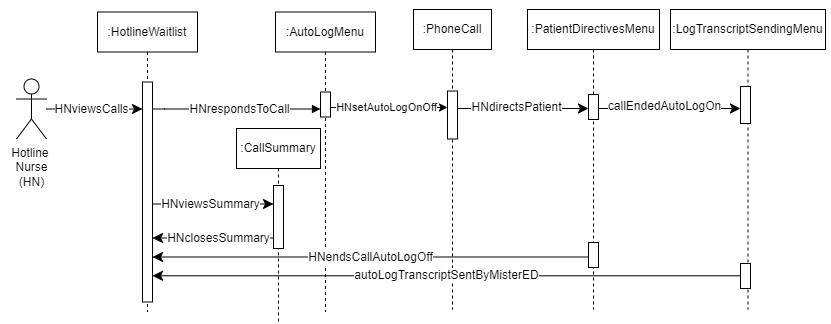
Above: AmirWork/M2/Nurse_Hotline_SequenceDiagram.drawio.png in SENG-350-2024-fall/Team9 (draw.io), before the change. Source tidied: cells renumbered, new cells last; positions are measured from the earlier drawing's top-left corner, leaving out a move shared by most shapes.
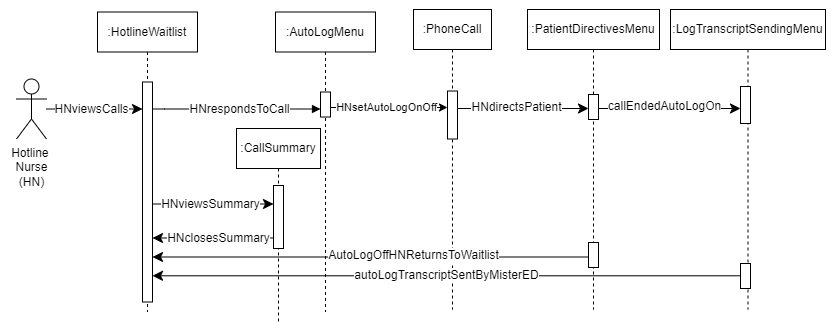
After the change.

What changed in the source:
```diff
@@ -132,8 +132,8 @@
     <mxCell id="32" style="html=1;perimeter=orthogonalPerimeter;targetShapes=umlLifeline;newEdgeStyle={&quot;edgeStyle&quot;:&quot;elbowEdgeStyle&quot;,&quot;elbow&quot;:&quot;vertical&quot;,&quot;curved&quot;:0,&quot;rounded&quot;:0};" parent="1" vertex="1">
       <mxGeometry x="740" y="86" width="10" height="37" as="geometry" />
     </mxCell>
-    <mxCell id="33" value="HNendsCallAutoLogOff" style="edgeStyle=elbowEdgeStyle;curved=0;rounded=0;jettySize=auto;html=1;elbow=vertical;fontSize=12;startSize=8;endSize=8;startArrow=classic;startFill=1;endArrow=none;endFill=0;" parent="1" edge="1" source="7" target="25">
-      <mxGeometry relative="1" as="geometry">
+    <mxCell id="33" value="AutoLogOffHNReturnsToWaitlist" style="edgeStyle=elbowEdgeStyle;curved=0;rounded=0;jettySize=auto;html=1;elbow=horizontal;fontSize=12;startSize=8;endSize=8;startArrow=classic;startFill=1;endArrow=none;endFill=0;" parent="1" edge="1" source="7" target="25">
+      <mxGeometry x="0.2" y="2" relative="1" as="geometry">
         <Array as="points">
           <mxPoint x="354" y="256.5" />
         </Array>
```
